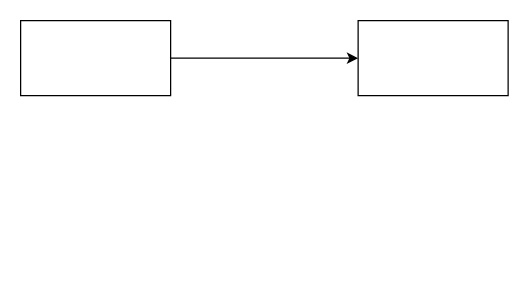
This is lcloud/infrastructure_01.drawio from lcl-lab-161/draw.io, a draw.io file, before an edit. Source tidied: cells renumbered, new cells numbered last; positions are measured from the earlier drawing's top-left corner, leaving out a move shared by most shapes. Both pictures are drawn from the tidied source at 125%, with x=0, y=0 at pixel (20, 20).
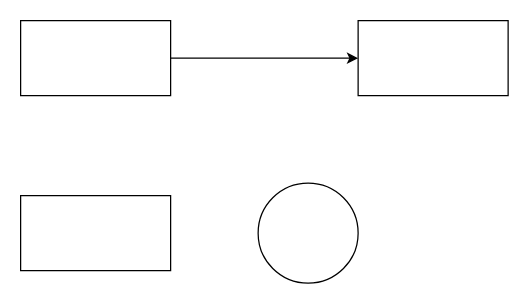
Above is the later version.

What changed in the source:
```diff
@@
 <mxGraphModel>
   <root>
     <mxCell id="0" />
     <mxCell id="1" parent="0" />
     <mxCell id="2" style="edgeStyle=orthogonalEdgeStyle;rounded=0;jettySize=auto;html=1;exitX=1;exitY=0.5;exitDx=0;exitDy=0;" parent="1" edge="1" source="3" target="4">
       <mxGeometry relative="1" as="geometry" />
     </mxCell>
     <mxCell id="3" style="rounded=0;whiteSpace=wrap;html=1;" parent="1" vertex="1">
       <mxGeometry width="120" height="60" as="geometry" />
     </mxCell>
     <mxCell id="4" style="rounded=0;whiteSpace=wrap;html=1;" parent="1" vertex="1">
       <mxGeometry x="270" width="120" height="60" as="geometry" />
     </mxCell>
+    <mxCell id="5" style="rounded=0;whiteSpace=wrap;html=1;" parent="1" vertex="1">
+      <mxGeometry y="140" width="120" height="60" as="geometry" />
+    </mxCell>
+    <mxCell id="6" style="ellipse;whiteSpace=wrap;html=1;" parent="1" vertex="1">
+      <mxGeometry x="190" y="130" width="80" height="80" as="geometry" />
+    </mxCell>
   </root>
 </mxGraphModel>
```
